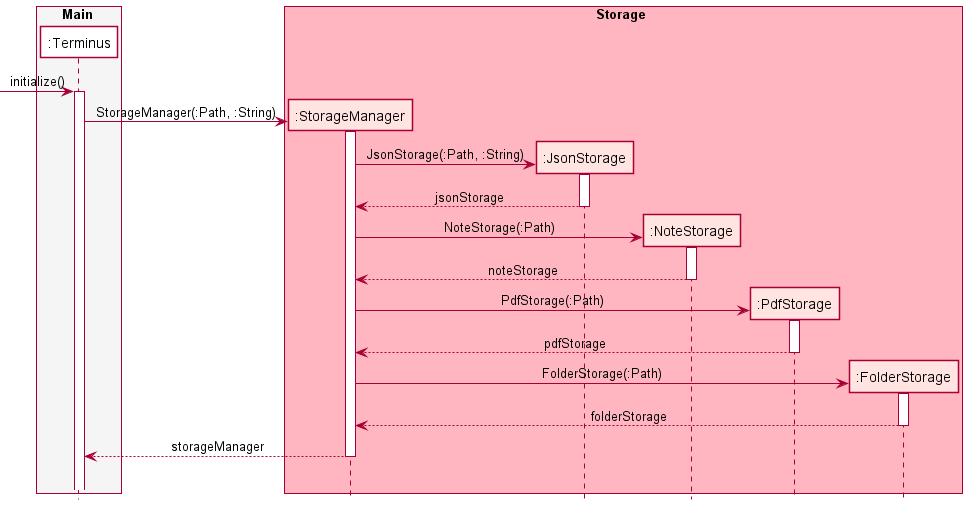
nus-cs2113-AY2122S1/tp keeps this PlantUML diagram as docs/attachments/StorageInitializeSequenceDiagram.png. Above is the earlier version.
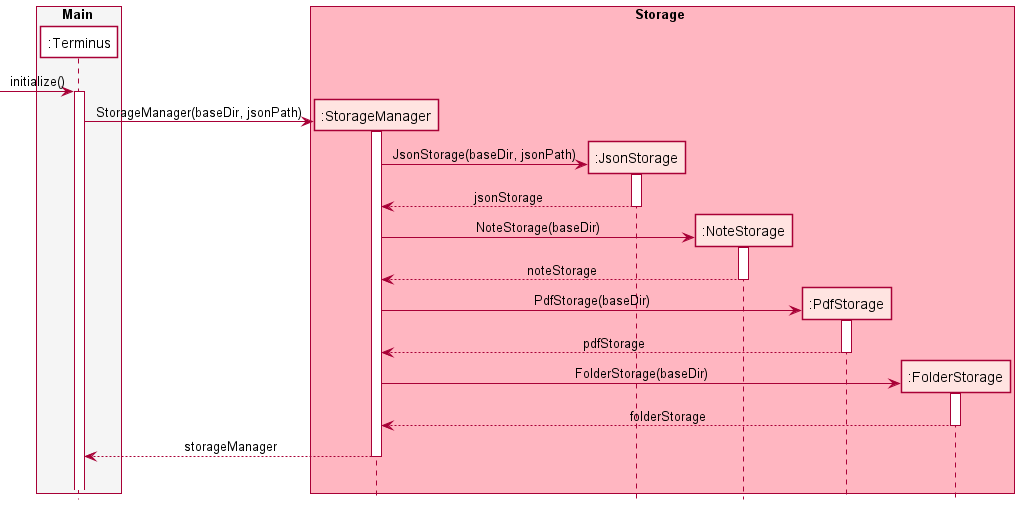
After the change.

Diff of the diagram source:
```diff
@@ -18,22 +18,22 @@
 activate Terminus
 
 create StorageManager
-  Terminus -> StorageManager : StorageManager(:Path, :String)
+  Terminus -> StorageManager : StorageManager(baseDir, jsonPath)
   activate StorageManager
     create JsonStorage
-      StorageManager -> JsonStorage : JsonStorage(:Path, :String)
+      StorageManager -> JsonStorage : JsonStorage(baseDir, jsonPath)
       activate JsonStorage
     return jsonStorage
     create NoteStorage
-      StorageManager -> NoteStorage : NoteStorage(:Path)
+      StorageManager -> NoteStorage : NoteStorage(baseDir)
       activate NoteStorage
     return noteStorage
     create PdfStorage
-      StorageManager -> PdfStorage : PdfStorage(:Path)
+      StorageManager -> PdfStorage : PdfStorage(baseDir)
       activate PdfStorage
     return pdfStorage
     create FolderStorage
-      StorageManager -> FolderStorage : FolderStorage(:Path)
+      StorageManager -> FolderStorage : FolderStorage(baseDir)
       activate FolderStorage
     return folderStorage
   return storageManager
```
